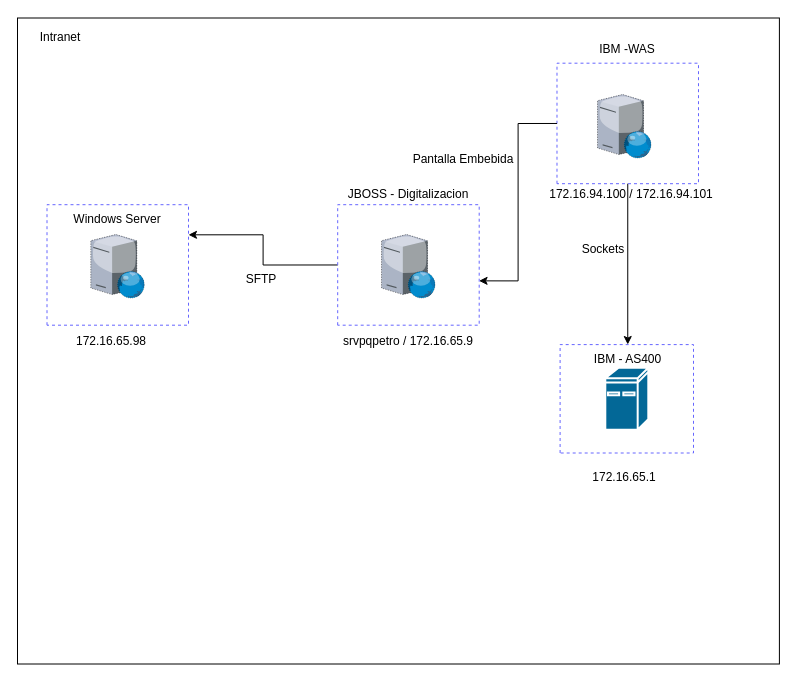
Before: ArquitecturaActual_GIBS.drawio in GonzaloDavid/diagramas, a draw.io diagram. Source tidied: cells renumbered, new cells numbered last; positions are measured from the earlier drawing's top-left corner, leaving out a move shared by most shapes. Both pictures are drawn from the tidied source at 100%, with x=0, y=0 at pixel (17, 17).
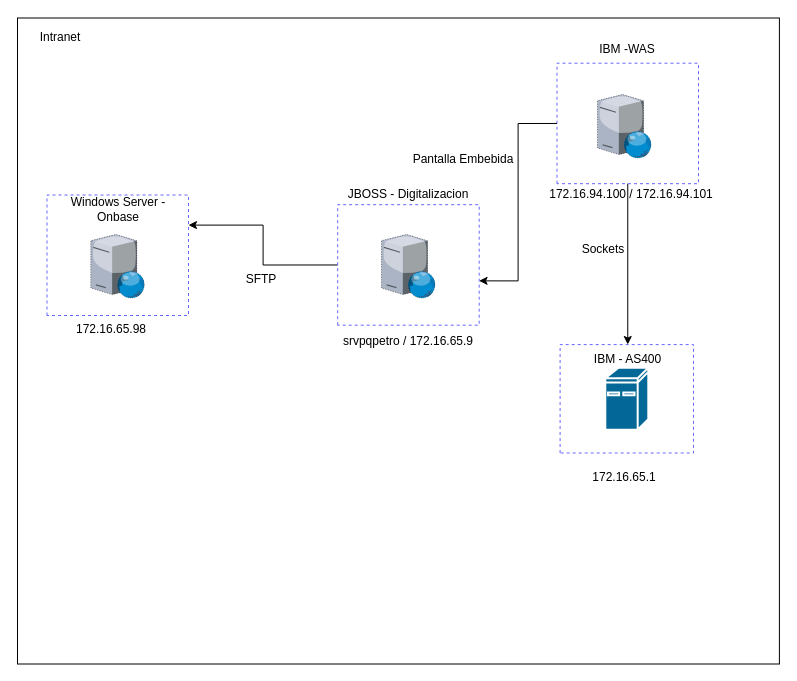
Above is the later version.

The edit, as a diff of the source:
```diff
@@
-    <mxCell id="15" value="Windows Server" style="text;html=1;strokeColor=none;fillColor=none;align=center;verticalAlign=middle;whiteSpace=wrap;rounded=0;glass=0;dashed=1;fillStyle=auto;" parent="1" vertex="1">
-      <mxGeometry x="40" y="187" width="120" height="30" as="geometry" />
+    <mxCell id="15" value="Windows Server - Onbase" style="text;html=1;strokeColor=none;fillColor=none;align=center;verticalAlign=middle;whiteSpace=wrap;rounded=0;glass=0;dashed=1;fillStyle=auto;" parent="1" vertex="1">
+      <mxGeometry x="40.5" y="176.7" width="120" height="30" as="geometry" />
     </mxCell>
@@
     <mxCell id="17" style="rounded=0;whiteSpace=wrap;html=1;glass=0;dashed=1;fillStyle=auto;strokeColor=#6666FF;strokeWidth=1;fillColor=none;gradientColor=default;rotation=-90;" parent="1" vertex="1">
-      <mxGeometry x="40" y="176.7" width="120.5" height="141.5" as="geometry" />
+      <mxGeometry x="40" y="167" width="120.5" height="141.5" as="geometry" />
     </mxCell>
@@
     <mxCell id="26" value="&lt;div&gt;&lt;span&gt;&lt;span dir=&quot;ltr&quot; class=&quot;ui-provider a b c d e f g h i j k l m n o p q r s t u v w x y z ab ac ae af ag ah ai aj ak&quot;&gt;172.16.65.98&lt;/span&gt;&lt;/span&gt;&lt;br&gt;&lt;/div&gt;" style="text;html=1;strokeColor=none;fillColor=none;align=center;verticalAlign=middle;whiteSpace=wrap;rounded=0;glass=0;dashed=1;fillStyle=auto;" parent="1" vertex="1">
-      <mxGeometry y="308.5" width="187.6" height="30" as="geometry" />
+      <mxGeometry y="297" width="187.6" height="30" as="geometry" />
     </mxCell>
```
